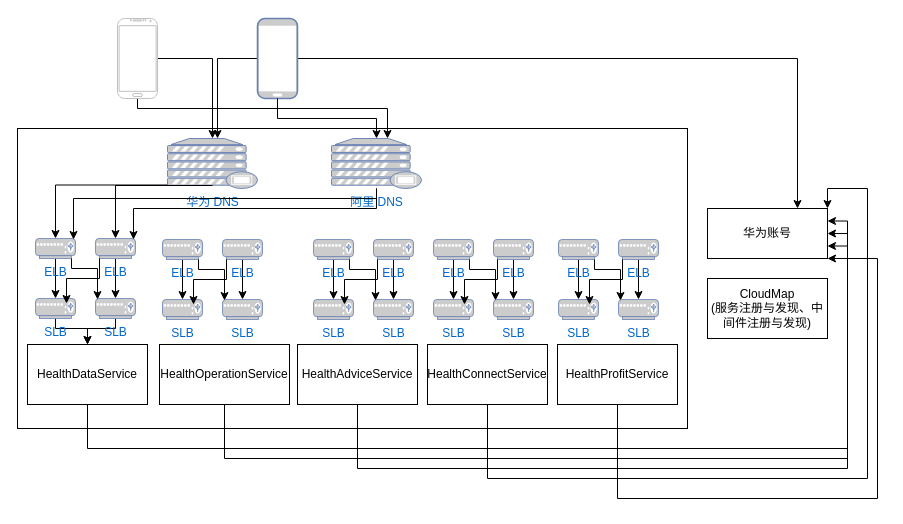
The draw.io diagram 运动健康云架构--第1层服务粒度架构.drawio in HuaHero/interview, before the edit. Source tidied: cells renumbered, new cells numbered last; positions are measured from the earlier drawing's top-left corner, leaving out a move shared by most shapes. Both pictures are drawn from the tidied source at 100%, with x=0, y=0 at pixel (17, 18).
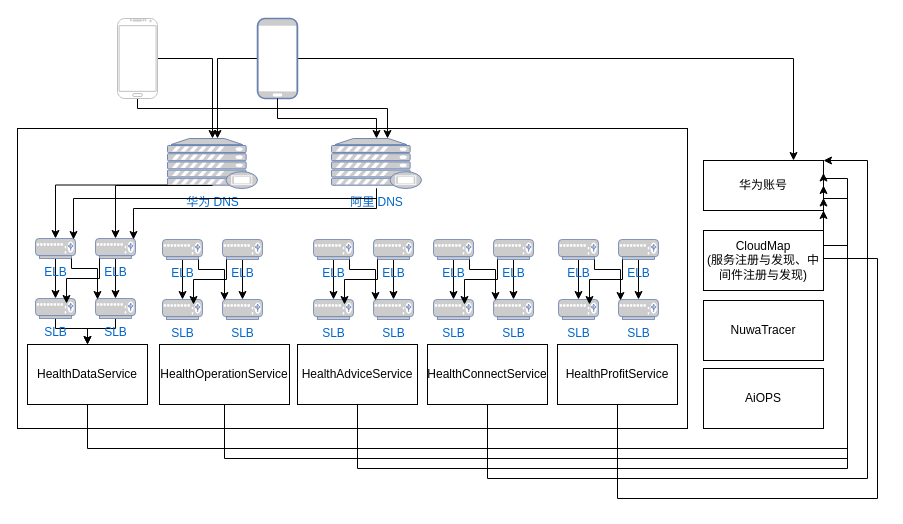
The same page after the edit.

Commit message (it also covers changes not shown here):
更新运动健康云架构--第1层服务粒度架构.drawio

The change refers to these unchanged cells:
```xml
<mxCell id="5" value="HealthDataService" style="rounded=0;whiteSpace=wrap;html=1;" parent="1" vertex="1">
  <mxGeometry x="10" y="326" width="120" height="60" as="geometry" />
</mxCell>
<mxCell id="9" value="HealthAdviceService" style="rounded=0;whiteSpace=wrap;html=1;" parent="1" vertex="1">
  <mxGeometry x="280" y="326" width="120" height="60" as="geometry" />
</mxCell>
<mxCell id="11" value="HealthConnectService" style="rounded=0;whiteSpace=wrap;html=1;" parent="1" vertex="1">
  <mxGeometry x="410" y="326" width="120" height="60" as="geometry" />
</mxCell>
```

What changed in the source:
```diff
@@
     <mxCell id="3" value="华为账号" style="rounded=0;whiteSpace=wrap;html=1;" parent="1" vertex="1">
-      <mxGeometry x="690" y="190" width="120" height="50" as="geometry" />
+      <mxGeometry x="686" y="142" width="120" height="50" as="geometry" />
     </mxCell>
     <mxCell id="4" style="edgeStyle=orthogonalEdgeStyle;rounded=0;jettySize=auto;html=1;exitX=0.5;exitY=1;exitDx=0;exitDy=0;entryX=1;entryY=0.5;entryDx=0;entryDy=0;" parent="1" edge="1" source="5" target="3">
       <mxGeometry relative="1" as="geometry">
         <Array as="points">
           <mxPoint x="70" y="430" />
           <mxPoint x="830" y="430" />
-          <mxPoint x="830" y="215" />
+          <mxPoint x="830" y="180" />
+          <mxPoint x="806" y="180" />
         </Array>
       </mxGeometry>
     </mxCell>
@@
     <mxCell id="8" style="edgeStyle=orthogonalEdgeStyle;rounded=0;jettySize=auto;html=1;exitX=0.5;exitY=1;exitDx=0;exitDy=0;entryX=1;entryY=0.25;entryDx=0;entryDy=0;" parent="1" edge="1" source="9" target="3">
       <mxGeometry relative="1" as="geometry">
         <Array as="points">
           <mxPoint x="340" y="450" />
           <mxPoint x="830" y="450" />
-          <mxPoint x="830" y="203" />
+          <mxPoint x="830" y="160" />
+          <mxPoint x="806" y="160" />
         </Array>
       </mxGeometry>
     </mxCell>
@@
     <mxCell id="10" style="edgeStyle=orthogonalEdgeStyle;rounded=0;jettySize=auto;html=1;exitX=0.5;exitY=1;exitDx=0;exitDy=0;entryX=1;entryY=0;entryDx=0;entryDy=0;" parent="1" edge="1" source="11" target="3">
       <mxGeometry relative="1" as="geometry">
         <Array as="points">
           <mxPoint x="470" y="460" />
           <mxPoint x="850" y="460" />
-          <mxPoint x="850" y="170" />
-          <mxPoint x="810" y="170" />
+          <mxPoint x="850" y="142" />
         </Array>
       </mxGeometry>
     </mxCell>
@@
     <mxCell id="13" value="CloudMap&lt;br&gt;(服务注册与发现、中间件注册与发现)" style="rounded=0;whiteSpace=wrap;html=1;" parent="1" vertex="1">
-      <mxGeometry x="690" y="260" width="120" height="60" as="geometry" />
+      <mxGeometry x="686" y="212" width="120" height="60" as="geometry" />
     </mxCell>
@@
+    <mxCell id="70" value="NuwaTracer" style="rounded=0;whiteSpace=wrap;html=1;" parent="1" vertex="1">
+      <mxGeometry x="686" y="282" width="120" height="60" as="geometry" />
+    </mxCell>
+    <mxCell id="71" value="AiOPS" style="rounded=0;whiteSpace=wrap;html=1;" parent="1" vertex="1">
+      <mxGeometry x="686" y="350" width="120" height="60" as="geometry" />
+    </mxCell>
```
